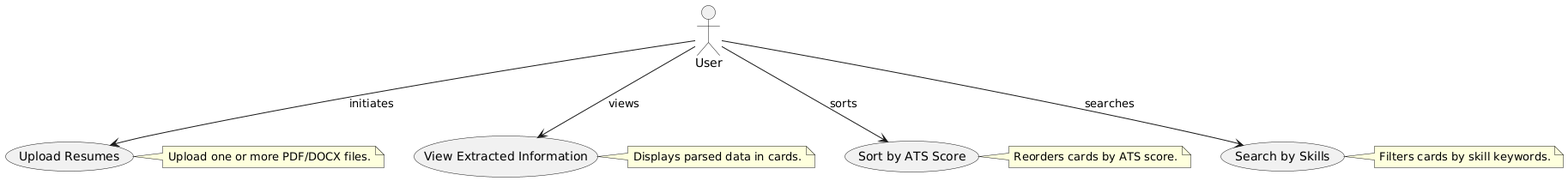
Above: docs/UseCaseDiagram.png in Abdul-Baari-2003/Resume-Parser (PlantUML), before the change. Its diagram source:
```plantuml
@startuml
actor User

usecase "Upload Resumes" as UC1
usecase "View Extracted Information" as UC2
usecase "Sort by ATS Score" as UC3
usecase "Search by Skills" as UC4

User --> UC1 : initiates
User --> UC2 : views
User --> UC3 : sorts
User --> UC4 : searches

note right of UC1
  Upload one or more PDF/DOCX files.
end note
note right of UC2
  Displays parsed data in cards.
end note
note right of UC3
  Reorders cards by ATS score.
end note
note right of UC4
  Filters cards by skill keywords.
end note
@enduml
```
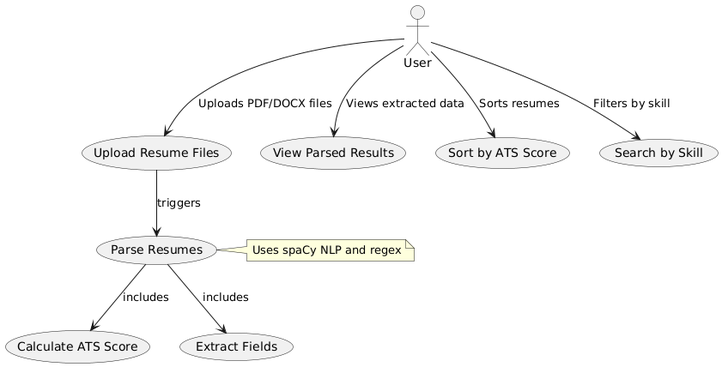
Later version of the same file.

Diff of the diagram source:
```diff
@@ -1,26 +1,16 @@
 @startuml
 actor User
 
-usecase "Upload Resumes" as UC1
-usecase "View Extracted Information" as UC2
-usecase "Sort by ATS Score" as UC3
-usecase "Search by Skills" as UC4
+User --> (Upload Resume Files) : Uploads PDF/DOCX files
+User --> (View Parsed Results) : Views extracted data
+User --> (Sort by ATS Score) : Sorts resumes
+User --> (Search by Skill) : Filters by skill
 
-User --> UC1 : initiates
-User --> UC2 : views
-User --> UC3 : sorts
-User --> UC4 : searches
+(Upload Resume Files) --> (Parse Resumes) : triggers
+(Parse Resumes) --> (Calculate ATS Score) : includes
+(Parse Resumes) --> (Extract Fields) : includes
 
-note right of UC1
-  Upload one or more PDF/DOCX files.
-end note
-note right of UC2
-  Displays parsed data in cards.
-end note
-note right of UC3
-  Reorders cards by ATS score.
-end note
-note right of UC4
-  Filters cards by skill keywords.
+note right of (Parse Resumes)
+  Uses spaCy NLP and regex
 end note
 @enduml
```
